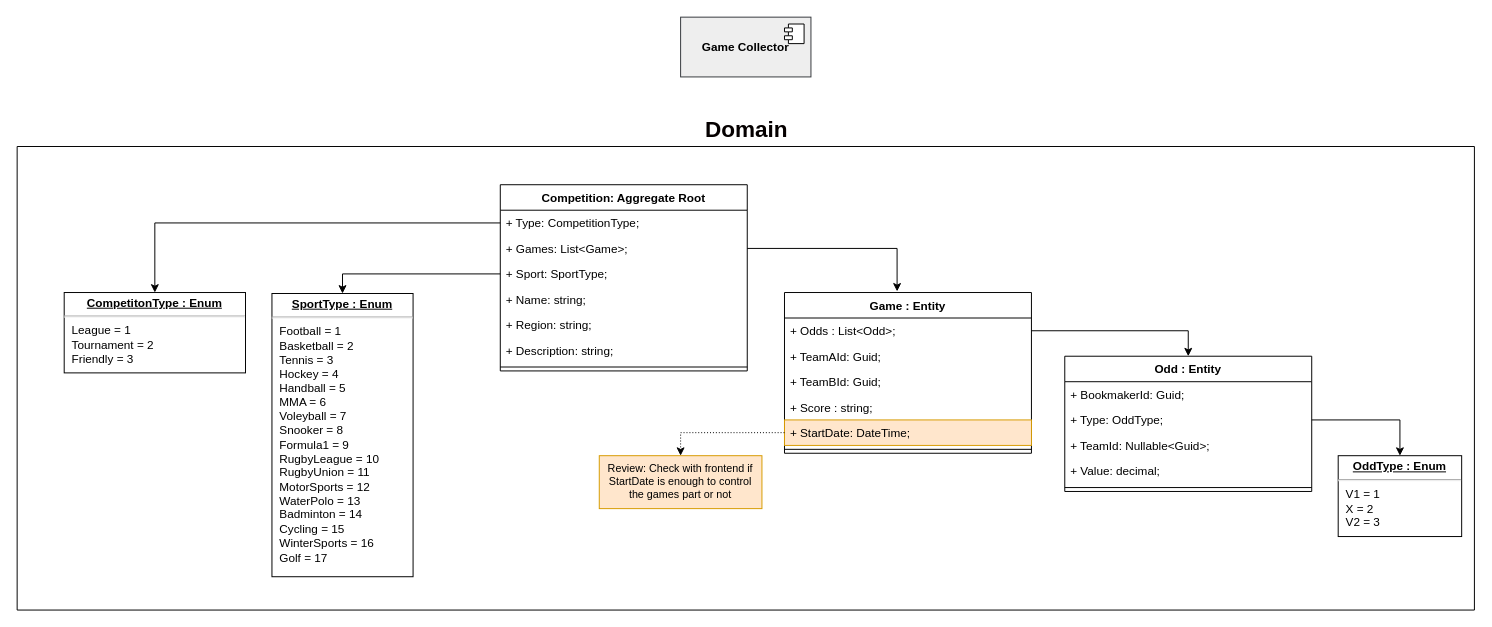
The draw.io diagram page "game-collector" (2 of 2) of diagrams/game-collector.drawio in skullizador/game-collector, before the edit. Source tidied: cells renumbered, new cells numbered last; positions are measured from the earlier drawing's top-left corner, leaving out a move shared by most shapes. Both pictures are drawn from the tidied source at 98%, with x=0, y=0 at pixel (17, 17).
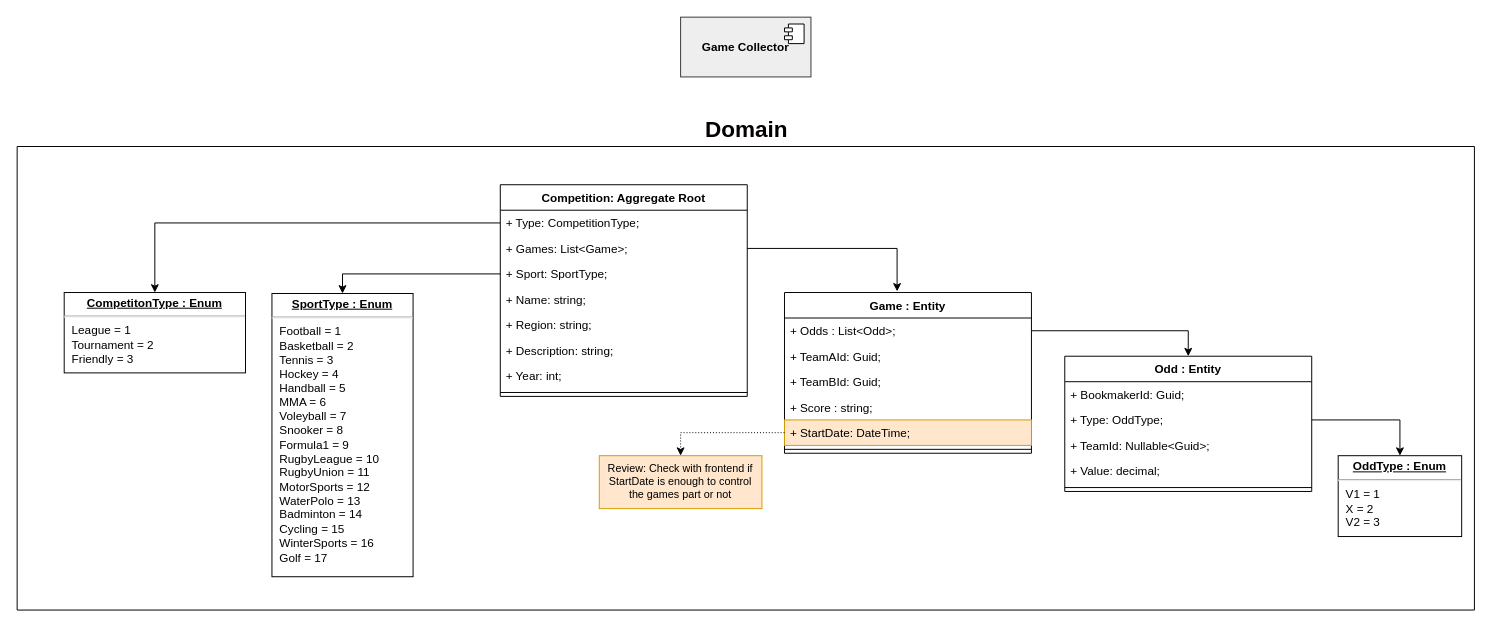
Above is the later version.

The change refers to these unchanged cells:
```xml
<mxCell id="2" value="Domain" style="swimlane;horizontal=1;fontSize=23;html=1;labelPosition=center;verticalLabelPosition=top;align=center;verticalAlign=bottom;startSize=0;glass=0;shadow=0;swimlaneFillColor=none;fontColor=#050000;" parent="1" vertex="1">
  <mxGeometry y="132" width="1487" height="473" as="geometry" />
</mxCell>
```

The edit, as a diff of the source:
```diff
@@
     <mxCell id="25" value="Competition: Aggregate Root" style="swimlane;fontStyle=1;align=center;verticalAlign=top;horizontal=1;startSize=26;" parent="2" vertex="1">
-      <mxGeometry x="493" y="39" width="252" height="190" as="geometry" />
+      <mxGeometry x="493" y="39" width="252" height="216" as="geometry" />
     </mxCell>
@@
+    <mxCell id="36" value="+ Year: int;" style="text;strokeColor=none;fillColor=none;align=left;verticalAlign=top;spacingLeft=4;spacingRight=4;overflow=hidden;" parent="25" vertex="1">
+      <mxGeometry y="182" width="252" height="26" as="geometry" />
+    </mxCell>
     <mxCell id="32" style="line;strokeWidth=1;fillColor=none;align=left;verticalAlign=middle;spacingTop=-1;spacingLeft=3;spacingRight=3;labelPosition=right;" parent="25" vertex="1">
-      <mxGeometry y="182" width="252" height="8" as="geometry" />
+      <mxGeometry y="208" width="252" height="8" as="geometry" />
     </mxCell>
```
